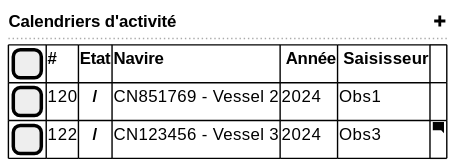
This is projects/activity-calendar/spe/images/activity-calendar-table.svg from sumaris-net/sumaris-doc, a PlantUML export, as it was before one commit. The source it was exported from:
```plantuml
@startsalt
{
  <b>Calendriers d'activité                                                             <&plus>
  ..
	{#

     [  ] | <b># | <b>Etat | <b>Navire   | <b> Année | <b> Saisisseur | .
     [  ] | 120 | <b>   / | CN851769 - Vessel 2 | 2024 | Obs1 | .
     [  ] | 122 | <b>   / | CN123456 - Vessel 3 | 2024 | Obs3 | <&comment-square>
    }

}
@endsalt
```
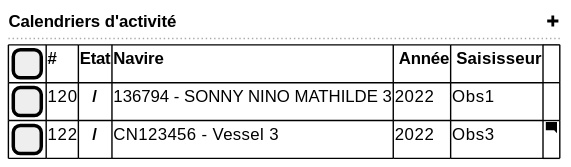
The same diagram one commit later.

Diff of the diagram source:
```diff
@@ -1,12 +1,12 @@
 @startsalt
 {
-  <b>Calendriers d'activité                                                             <&plus>
+  <b>Calendriers d'activité                                                                                        <&plus>
   ..
 	{#
 
      [  ] | <b># | <b>Etat | <b>Navire   | <b> Année | <b> Saisisseur | .
-     [  ] | 120 | <b>   / | CN851769 - Vessel 2 | 2024 | Obs1 | .
-     [  ] | 122 | <b>   / | CN123456 - Vessel 3 | 2024 | Obs3 | <&comment-square>
+     [  ] | 120 | <b>   / | 136794 - SONNY NINO MATHILDE 3 | 2022 | Obs1 | .
+     [  ] | 122 | <b>   / | CN123456 - Vessel 3 | 2022 | Obs3 | <&comment-square>
     }
 
 }
```
